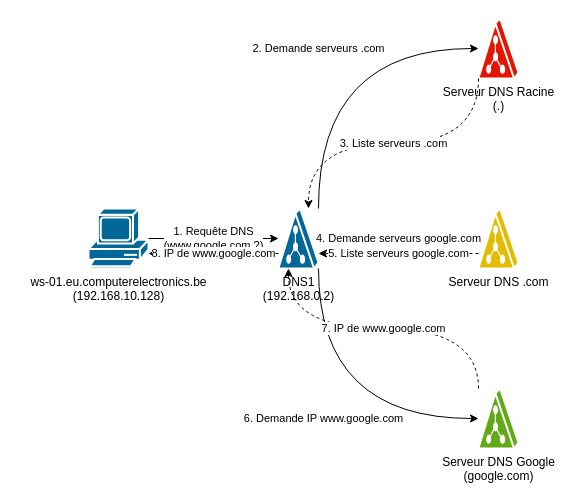
Earlier version of the draw.io diagram diagrams/dns_resolution_fileserver.drawio (choquitofrito/ActiveDirectory). Source tidied: cells renumbered, new cells numbered last; positions are measured from the earlier drawing's top-left corner, leaving out a move shared by most shapes. Both pictures are drawn from the tidied source at 100%, with x=0, y=0 at pixel (88, 18).
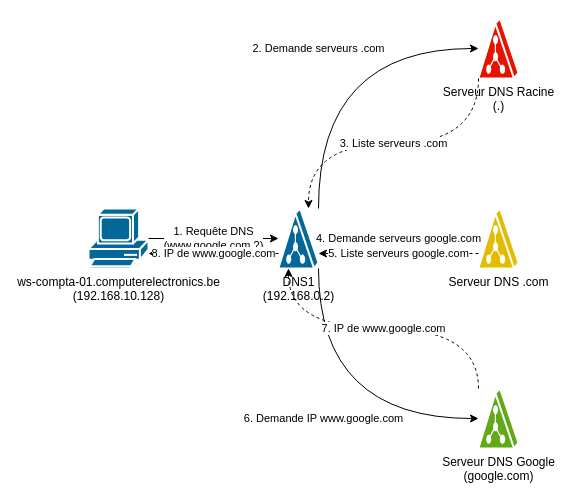
The same diagram, later.

Change to the diagram source:
```diff
@@
 <mxGraphModel>
   <root>
     <mxCell id="0" />
     <mxCell id="1" parent="0" />
-    <mxCell id="2" value="ws-01.eu.computerelectronics.be&#10;(192.168.10.128)" style="shape=mxgraph.cisco.computers_and_peripherals.pc;html=1;dashed=0;fillColor=#036897;strokeColor=#ffffff;strokeWidth=2;verticalLabelPosition=bottom;verticalAlign=top;align=center;outlineConnect=0;" parent="1" vertex="1">
+    <mxCell id="2" value="ws-compta-01.computerelectronics.be&#10;(192.168.10.128)" style="shape=mxgraph.cisco.computers_and_peripherals.pc;html=1;dashed=0;fillColor=#036897;strokeColor=#ffffff;strokeWidth=2;verticalLabelPosition=bottom;verticalAlign=top;align=center;outlineConnect=0;" parent="1" vertex="1">
       <mxGeometry y="190" width="60" height="60" as="geometry" />
     </mxCell>
     <mxCell id="3" value="DNS1&#10;(192.168.0.2)" style="shape=mxgraph.cisco.servers.directory_server;html=1;dashed=0;fillColor=#036897;strokeColor=#ffffff;strokeWidth=2;verticalLabelPosition=bottom;verticalAlign=top;align=center;outlineConnect=0;" parent="1" vertex="1">
       <mxGeometry x="190" y="190" width="40" height="60" as="geometry" />
     </mxCell>
     <mxCell id="4" value="Serveur DNS Racine&#10;(.)" style="shape=mxgraph.cisco.servers.directory_server;html=1;dashed=0;fillColor=#e51400;strokeColor=#ffffff;strokeWidth=2;verticalLabelPosition=bottom;verticalAlign=top;align=center;outlineConnect=0;" parent="1" vertex="1">
       <mxGeometry x="390" width="40" height="60" as="geometry" />
     </mxCell>
     <mxCell id="5" value="Serveur DNS .com" style="shape=mxgraph.cisco.servers.directory_server;html=1;dashed=0;fillColor=#e3bc00;strokeColor=#ffffff;strokeWidth=2;verticalLabelPosition=bottom;verticalAlign=top;align=center;outlineConnect=0;" parent="1" vertex="1">
       <mxGeometry x="390" y="190" width="40" height="60" as="geometry" />
     </mxCell>
     <mxCell id="6" value="Serveur DNS Google&#10;(google.com)" style="shape=mxgraph.cisco.servers.directory_server;html=1;dashed=0;fillColor=#60a917;strokeColor=#ffffff;strokeWidth=2;verticalLabelPosition=bottom;verticalAlign=top;align=center;outlineConnect=0;" parent="1" vertex="1">
       <mxGeometry x="390" y="370" width="40" height="60" as="geometry" />
     </mxCell>
     <mxCell id="7" value="1. Requête DNS&#10;(www.google.com ?)" style="edgeStyle=orthogonalEdgeStyle;rounded=0;jettySize=auto;html=1;exitX=1;exitY=0.5;entryX=0;entryY=0.5;" parent="1" edge="1" source="2" target="3">
       <mxGeometry relative="1" as="geometry" />
     </mxCell>
     <mxCell id="8" value="2. Demande serveurs .com" style="edgeStyle=orthogonalEdgeStyle;rounded=0;jettySize=auto;html=1;exitX=1;exitY=0;entryX=0;entryY=0.5;curved=1;" parent="1" edge="1" source="3" target="4">
       <mxGeometry relative="1" as="geometry">
         <Array as="points">
           <mxPoint x="230" y="30" />
         </Array>
       </mxGeometry>
     </mxCell>
     <mxCell id="9" value="3. Liste serveurs .com" style="edgeStyle=orthogonalEdgeStyle;rounded=0;jettySize=auto;html=1;exitX=0;exitY=1;entryX=0.75;entryY=0;dashed=1;curved=1;" parent="1" edge="1" source="4" target="3">
       <mxGeometry relative="1" as="geometry" />
     </mxCell>
     <mxCell id="10" value="4. Demande serveurs google.com" style="edgeStyle=orthogonalEdgeStyle;rounded=0;jettySize=auto;html=1;exitX=1;exitY=0.5;entryX=0;entryY=0.5;" parent="1" edge="1" source="3" target="5">
       <mxGeometry relative="1" as="geometry" />
     </mxCell>
     <mxCell id="11" value="5. Liste serveurs google.com" style="edgeStyle=orthogonalEdgeStyle;rounded=0;jettySize=auto;html=1;exitX=0;exitY=0.75;entryX=1;entryY=0.75;dashed=1;" parent="1" edge="1" source="5" target="3">
       <mxGeometry relative="1" as="geometry" />
     </mxCell>
     <mxCell id="12" value="6. Demande IP www.google.com" style="edgeStyle=orthogonalEdgeStyle;rounded=0;jettySize=auto;html=1;exitX=1;exitY=1;entryX=0;entryY=0.5;curved=1;" parent="1" edge="1" source="3" target="6">
       <mxGeometry relative="1" as="geometry">
         <Array as="points">
           <mxPoint x="230" y="400" />
         </Array>
       </mxGeometry>
     </mxCell>
     <mxCell id="13" value="7. IP de www.google.com" style="edgeStyle=orthogonalEdgeStyle;rounded=0;jettySize=auto;html=1;exitX=0;exitY=0;entryX=0.25;entryY=1;dashed=1;curved=1;" parent="1" edge="1" source="6" target="3">
       <mxGeometry relative="1" as="geometry" />
     </mxCell>
     <mxCell id="14" value="8. IP de www.google.com" style="edgeStyle=orthogonalEdgeStyle;rounded=0;jettySize=auto;html=1;exitX=0;exitY=0.75;entryX=1;entryY=0.75;dashed=1;" parent="1" edge="1" source="3" target="2">
       <mxGeometry relative="1" as="geometry" />
     </mxCell>
   </root>
 </mxGraphModel>
```
